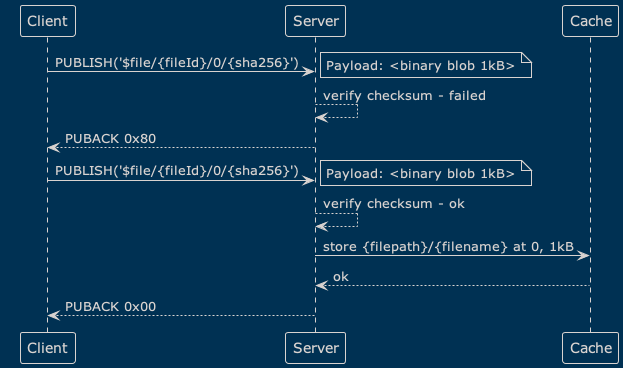
emqx/eip keeps this PlantUML diagram as active/0021-assets/flow-restart.png. Above is the earlier version.
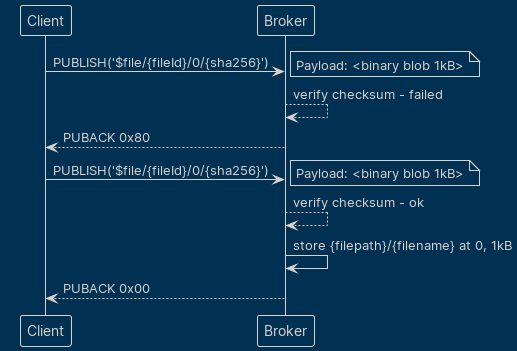
Above is the later version.

The edit, as a diff of the source:
```diff
@@ -1,17 +1,16 @@
 @startuml
 !theme blueprint
-Client -> Server: PUBLISH('$file/{fileId}/0/{sha256}')
+Client -> Broker: PUBLISH('$file/{fileId}/0/{sha256}')
 note right
 Payload: <binary blob 1kB>
 end note
-Server --> Server: verify checksum - failed
-Server --> Client: PUBACK 0x80
-Client -> Server: PUBLISH('$file/{fileId}/0/{sha256}')
+Broker --> Broker: verify checksum - failed
+Broker --> Client: PUBACK 0x80
+Client -> Broker: PUBLISH('$file/{fileId}/0/{sha256}')
 note right
 Payload: <binary blob 1kB>
 end note
-Server --> Server: verify checksum - ok
-Server -> Cache: store {filepath}/{filename} at 0, 1kB
-Cache --> Server: ok
-Server --> Client: PUBACK 0x00
+Broker --> Broker: verify checksum - ok
+Broker -> Broker: store {filepath}/{filename} at 0, 1kB
+Broker --> Client: PUBACK 0x00
 @enduml
```
